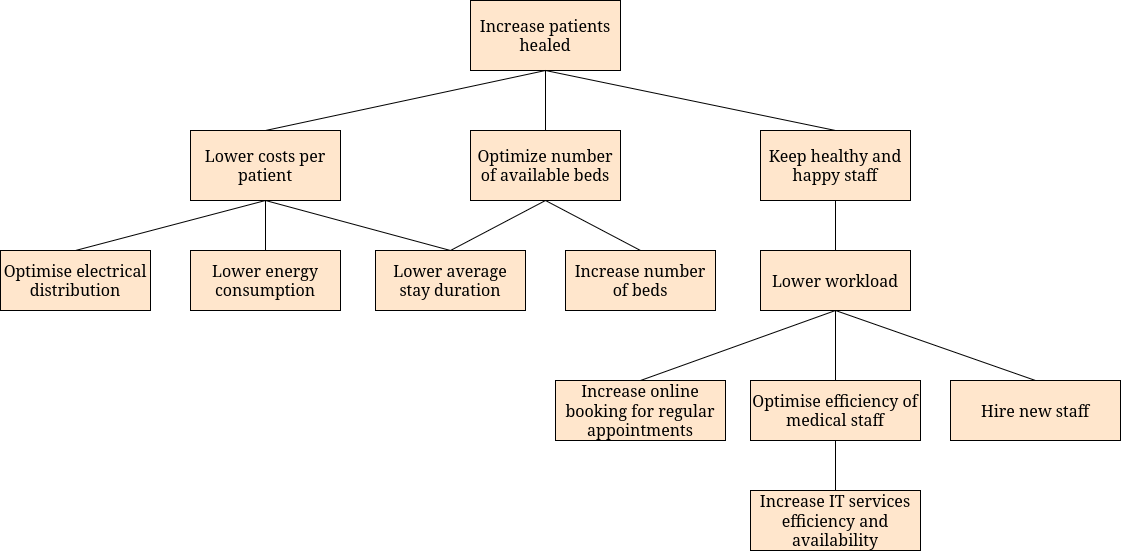
Before: src/fig/Phase2-goals_vis.drawio.png, a diagram exported from draw.io (tekvalir/ep2790-security-analysis-for-large-scale-computer-systems). Source tidied: cells renumbered, new cells last; positions are measured from the earlier drawing's top-left corner, leaving out a move shared by most shapes.
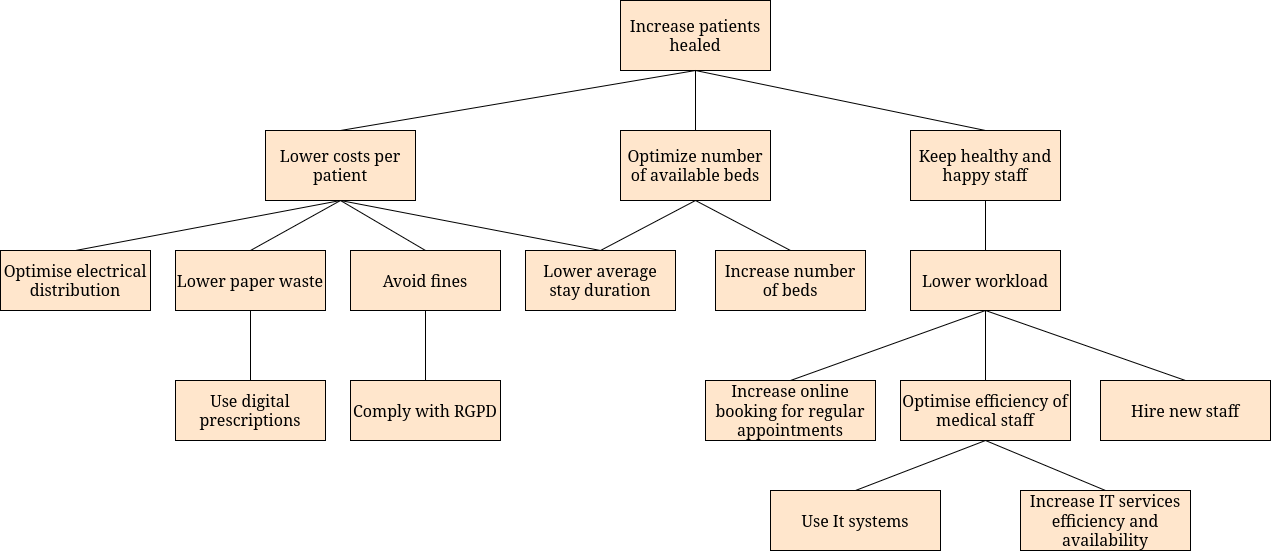
The same diagram one commit later.

Diff of the diagram source:
```diff
@@ -17,14 +17,17 @@
     <mxCell id="6" style="edgeStyle=none;shape=connector;rounded=0;jettySize=auto;html=1;exitX=0.5;exitY=1;exitDx=0;exitDy=0;entryX=0.5;entryY=0;entryDx=0;entryDy=0;strokeColor=default;align=center;verticalAlign=middle;fontFamily=Helvetica;fontSize=11;fontColor=default;labelBackgroundColor=default;endArrow=none;endFill=0;" parent="1" edge="1" source="9" target="17">
       <mxGeometry relative="1" as="geometry" />
     </mxCell>
-    <mxCell id="7" style="edgeStyle=none;shape=connector;rounded=0;jettySize=auto;html=1;exitX=0.5;exitY=1;exitDx=0;exitDy=0;strokeColor=default;align=center;verticalAlign=middle;fontFamily=Helvetica;fontSize=11;fontColor=default;labelBackgroundColor=default;endArrow=none;endFill=0;" parent="1" edge="1" source="9" target="16">
-      <mxGeometry relative="1" as="geometry" />
-    </mxCell>
     <mxCell id="8" style="edgeStyle=none;shape=connector;rounded=0;jettySize=auto;html=1;exitX=0.5;exitY=1;exitDx=0;exitDy=0;entryX=0.5;entryY=0;entryDx=0;entryDy=0;strokeColor=default;align=center;verticalAlign=middle;fontFamily=Helvetica;fontSize=11;fontColor=default;labelBackgroundColor=default;endArrow=none;endFill=0;" parent="1" edge="1" source="9" target="15">
       <mxGeometry relative="1" as="geometry" />
     </mxCell>
+    <mxCell id="28" style="edgeStyle=none;shape=connector;rounded=0;jettySize=auto;html=1;exitX=0.5;exitY=1;exitDx=0;exitDy=0;entryX=0.5;entryY=0;entryDx=0;entryDy=0;strokeColor=default;align=center;verticalAlign=middle;fontFamily=Helvetica;fontSize=11;fontColor=default;labelBackgroundColor=default;endArrow=none;endFill=0;" parent="1" edge="1" source="9" target="32">
+      <mxGeometry relative="1" as="geometry" />
+    </mxCell>
+    <mxCell id="29" style="edgeStyle=none;shape=connector;rounded=0;jettySize=auto;html=1;exitX=0.5;exitY=1;exitDx=0;exitDy=0;entryX=0.5;entryY=0;entryDx=0;entryDy=0;strokeColor=default;align=center;verticalAlign=middle;fontFamily=Helvetica;fontSize=11;fontColor=default;labelBackgroundColor=default;endArrow=none;endFill=0;" parent="1" edge="1" source="9" target="34">
+      <mxGeometry relative="1" as="geometry" />
+    </mxCell>
     <mxCell id="9" value="Lower costs per patient" style="rounded=0;whiteSpace=wrap;html=1;strokeColor=light-dark(#000000, #996500);align=center;verticalAlign=middle;fontFamily=Helvetica;fontSize=16;fillColor=#ffe6cc;" parent="1" vertex="1">
-      <mxGeometry x="190" y="130" width="150" height="70" as="geometry" />
+      <mxGeometry x="115" y="130" width="150" height="70" as="geometry" />
     </mxCell>
     <mxCell id="10" style="edgeStyle=none;shape=connector;rounded=0;jettySize=auto;html=1;exitX=0.5;exitY=1;exitDx=0;exitDy=0;strokeColor=default;align=center;verticalAlign=middle;fontFamily=Helvetica;fontSize=11;fontColor=default;labelBackgroundColor=default;endArrow=none;endFill=0;entryX=0.5;entryY=0;entryDx=0;entryDy=0;" parent="1" edge="1" source="12" target="18">
       <mxGeometry relative="1" as="geometry" />
@@ -42,11 +45,8 @@
       <mxGeometry x="760" y="130" width="150" height="70" as="geometry" />
     </mxCell>
     <mxCell id="15" value="Optimise electrical distribution" style="rounded=0;whiteSpace=wrap;html=1;fontSize=16;strokeColor=light-dark(#000000, #996500);align=center;verticalAlign=middle;fontFamily=Helvetica;fontColor=default;fillColor=#ffe6cc;" parent="1" vertex="1">
-      <mxGeometry y="250" width="150" height="60" as="geometry" />
+      <mxGeometry x="-150" y="250" width="150" height="60" as="geometry" />
     </mxCell>
-    <mxCell id="16" value="Lower energy consumption" style="rounded=0;whiteSpace=wrap;html=1;fontSize=16;strokeColor=light-dark(#000000, #996500);align=center;verticalAlign=middle;fontFamily=Helvetica;fontColor=default;fillColor=#ffe6cc;" parent="1" vertex="1">
-      <mxGeometry x="190" y="250" width="150" height="60" as="geometry" />
-    </mxCell>
     <mxCell id="17" value="Lower average stay duration" style="rounded=0;whiteSpace=wrap;html=1;fontSize=16;strokeColor=light-dark(#000000, #996500);align=center;verticalAlign=middle;fontFamily=Helvetica;fontColor=default;fillColor=#ffe6cc;" parent="1" vertex="1">
       <mxGeometry x="375" y="250" width="150" height="60" as="geometry" />
     </mxCell>
@@ -68,17 +68,41 @@
     <mxCell id="23" value="Increase online booking for regular appointments" style="rounded=0;whiteSpace=wrap;html=1;fillColor=#ffe6cc;strokeColor=light-dark(#000000, #996500);fontSize=16;" parent="1" vertex="1">
       <mxGeometry x="555" y="380" width="170" height="60" as="geometry" />
     </mxCell>
-    <mxCell id="24" style="edgeStyle=none;shape=connector;rounded=0;jettySize=auto;html=1;exitX=0.5;exitY=1;exitDx=0;exitDy=0;strokeColor=default;align=center;verticalAlign=middle;fontFamily=Helvetica;fontSize=11;fontColor=default;labelBackgroundColor=default;endArrow=none;endFill=0;" parent="1" edge="1" source="25" target="26">
+    <mxCell id="24" style="edgeStyle=none;shape=connector;rounded=0;jettySize=auto;html=1;exitX=0.5;exitY=1;exitDx=0;exitDy=0;strokeColor=default;align=center;verticalAlign=middle;fontFamily=Helvetica;fontSize=11;fontColor=default;labelBackgroundColor=default;endArrow=none;endFill=0;entryX=0.5;entryY=0;entryDx=0;entryDy=0;" parent="1" edge="1" source="25" target="26">
       <mxGeometry relative="1" as="geometry" />
     </mxCell>
+    <mxCell id="30" style="edgeStyle=none;shape=connector;rounded=0;jettySize=auto;html=1;exitX=0.5;exitY=1;exitDx=0;exitDy=0;entryX=0.5;entryY=0;entryDx=0;entryDy=0;strokeColor=default;align=center;verticalAlign=middle;fontFamily=Helvetica;fontSize=11;fontColor=default;labelBackgroundColor=default;endArrow=none;endFill=0;" parent="1" edge="1" source="25" target="37">
+      <mxGeometry relative="1" as="geometry" />
+    </mxCell>
     <mxCell id="25" value="Optimise efficiency of medical staff" style="rounded=0;whiteSpace=wrap;html=1;strokeColor=light-dark(#000000, #996500);align=center;verticalAlign=middle;fontFamily=Helvetica;fontSize=16;fontColor=default;fillColor=#ffe6cc;" parent="1" vertex="1">
       <mxGeometry x="750" y="380" width="170" height="60" as="geometry" />
     </mxCell>
     <mxCell id="26" value="Increase IT services efficiency and availability" style="rounded=0;whiteSpace=wrap;html=1;strokeColor=light-dark(#000000, #996500);align=center;verticalAlign=middle;fontFamily=Helvetica;fontSize=16;fontColor=default;fillColor=#ffe6cc;" parent="1" vertex="1">
-      <mxGeometry x="750" y="490" width="170" height="60" as="geometry" />
+      <mxGeometry x="870" y="490" width="170" height="60" as="geometry" />
     </mxCell>
     <mxCell id="27" value="Hire new staff" style="rounded=0;whiteSpace=wrap;html=1;strokeColor=light-dark(#000000, #996500);align=center;verticalAlign=middle;fontFamily=Helvetica;fontSize=16;fontColor=default;fillColor=#ffe6cc;" parent="1" vertex="1">
       <mxGeometry x="950" y="380" width="170" height="60" as="geometry" />
     </mxCell>
+    <mxCell id="31" style="edgeStyle=none;shape=connector;rounded=0;jettySize=auto;html=1;exitX=0.5;exitY=1;exitDx=0;exitDy=0;entryX=0.5;entryY=0;entryDx=0;entryDy=0;strokeColor=default;align=center;verticalAlign=middle;fontFamily=Helvetica;fontSize=11;fontColor=default;labelBackgroundColor=default;endArrow=none;endFill=0;" parent="1" edge="1" source="32" target="36">
+      <mxGeometry relative="1" as="geometry" />
+    </mxCell>
+    <mxCell id="32" value="Avoid fines" style="rounded=0;whiteSpace=wrap;html=1;fontSize=16;strokeColor=light-dark(#000000, #996500);align=center;verticalAlign=middle;fontFamily=Helvetica;fontColor=default;fillColor=#ffe6cc;" parent="1" vertex="1">
+      <mxGeometry x="200" y="250" width="150" height="60" as="geometry" />
+    </mxCell>
+    <mxCell id="33" style="edgeStyle=none;shape=connector;rounded=0;jettySize=auto;html=1;exitX=0.5;exitY=1;exitDx=0;exitDy=0;entryX=0.5;entryY=0;entryDx=0;entryDy=0;strokeColor=default;align=center;verticalAlign=middle;fontFamily=Helvetica;fontSize=11;fontColor=default;labelBackgroundColor=default;endArrow=none;endFill=0;" parent="1" edge="1" source="34" target="35">
+      <mxGeometry relative="1" as="geometry" />
+    </mxCell>
+    <mxCell id="34" value="&lt;div&gt;Lower paper waste&lt;/div&gt;" style="rounded=0;whiteSpace=wrap;html=1;fontSize=16;strokeColor=light-dark(#000000, #996500);align=center;verticalAlign=middle;fontFamily=Helvetica;fontColor=default;fillColor=#ffe6cc;" parent="1" vertex="1">
+      <mxGeometry x="25" y="250" width="150" height="60" as="geometry" />
+    </mxCell>
+    <mxCell id="35" value="&lt;div&gt;Use digital prescriptions&lt;/div&gt;" style="rounded=0;whiteSpace=wrap;html=1;fontSize=16;strokeColor=light-dark(#000000, #996500);align=center;verticalAlign=middle;fontFamily=Helvetica;fontColor=default;fillColor=#ffe6cc;" parent="1" vertex="1">
+      <mxGeometry x="25" y="380" width="150" height="60" as="geometry" />
+    </mxCell>
+    <mxCell id="36" value="Comply with RGPD" style="rounded=0;whiteSpace=wrap;html=1;fontSize=16;strokeColor=light-dark(#000000, #996500);align=center;verticalAlign=middle;fontFamily=Helvetica;fontColor=default;fillColor=#ffe6cc;" parent="1" vertex="1">
+      <mxGeometry x="200" y="380" width="150" height="60" as="geometry" />
+    </mxCell>
+    <mxCell id="37" value="Use It systems" style="rounded=0;whiteSpace=wrap;html=1;strokeColor=light-dark(#000000, #996500);align=center;verticalAlign=middle;fontFamily=Helvetica;fontSize=16;fontColor=default;fillColor=#ffe6cc;" parent="1" vertex="1">
+      <mxGeometry x="620" y="490" width="170" height="60" as="geometry" />
+    </mxCell>
   </root>
 </mxGraphModel>
```
